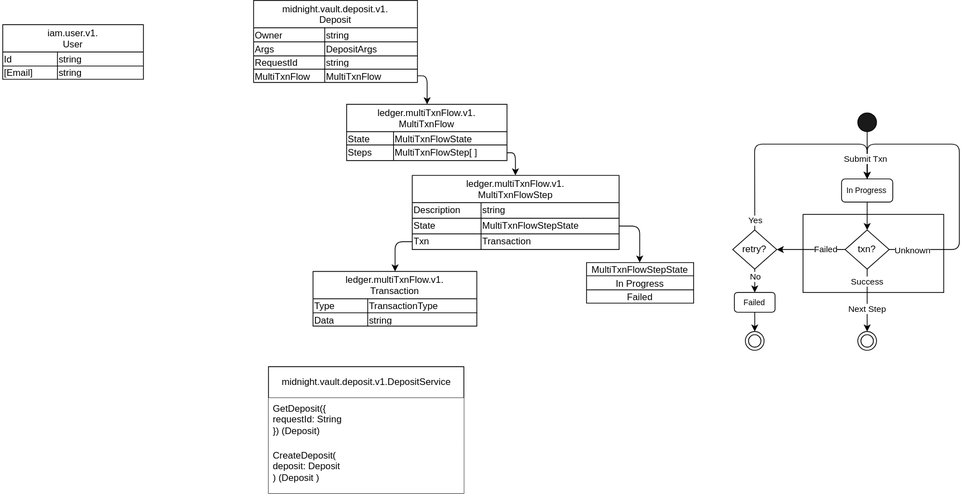
Before: docs/architecture.drawio.svg, a diagram exported from draw.io (sig-net/full-stack-demo). Source tidied: cells renumbered, new cells last; positions are measured from the earlier drawing's top-left corner, leaving out a move shared by most shapes.
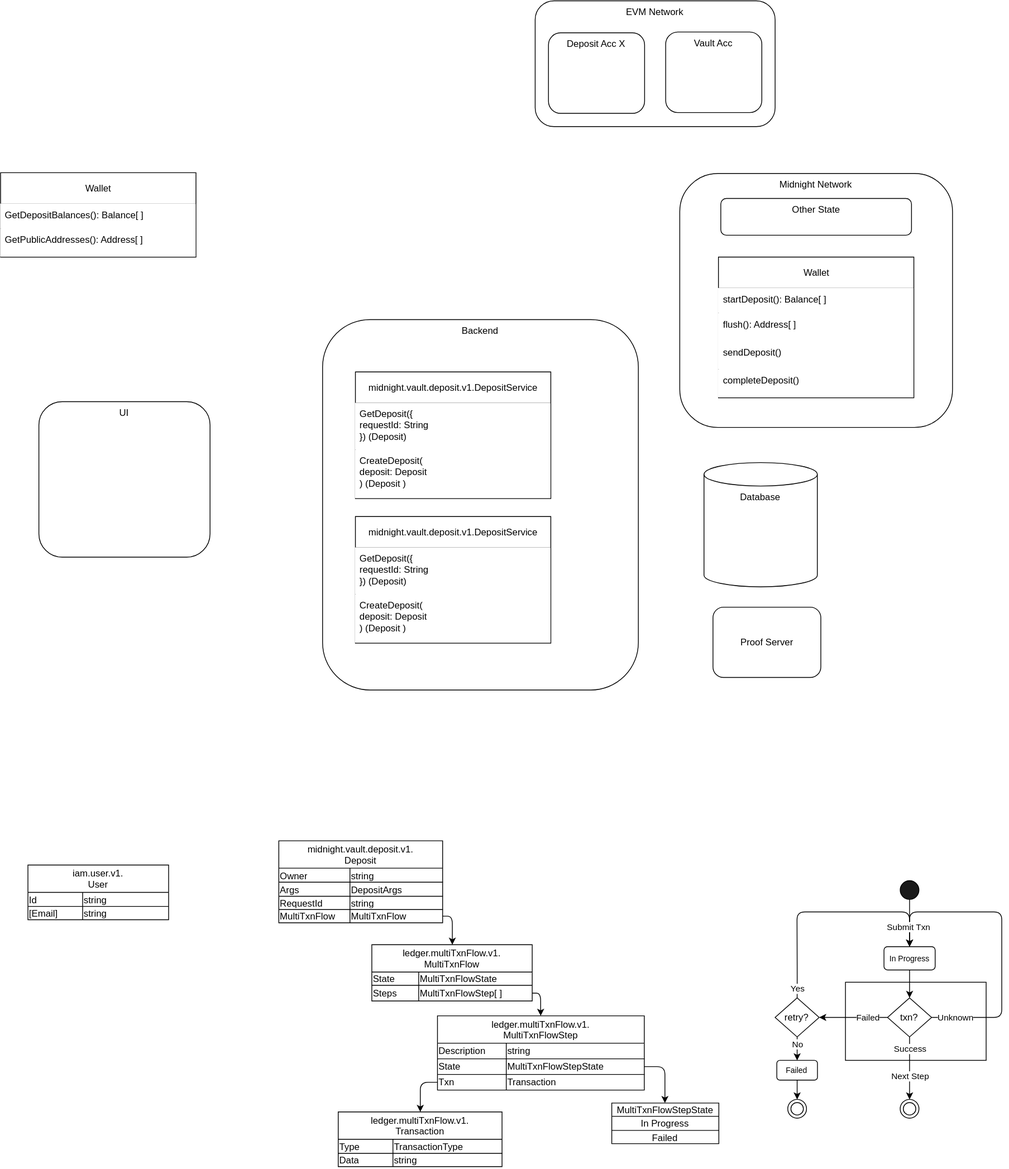
Above is the later version.

The edit, as a diff of the source:
```diff
@@ -2,6 +2,33 @@
   <root>
     <mxCell id="0" />
     <mxCell id="1" parent="0" />
+    <mxCell id="81" value="UI" style="rounded=1;whiteSpace=wrap;html=1;verticalAlign=top;" parent="1" vertex="1">
+      <mxGeometry x="-8" y="-469" width="219" height="199" as="geometry" />
+    </mxCell>
+    <mxCell id="82" value="Backend" style="rounded=1;whiteSpace=wrap;html=1;verticalAlign=top;" parent="1" vertex="1">
+      <mxGeometry x="355" y="-574" width="404" height="474" as="geometry" />
+    </mxCell>
+    <mxCell id="83" value="Proof Server" style="rounded=1;whiteSpace=wrap;html=1;verticalAlign=middle;" parent="1" vertex="1">
+      <mxGeometry x="854.5" y="-206" width="138" height="90" as="geometry" />
+    </mxCell>
+    <mxCell id="84" value="Database" style="shape=cylinder3;whiteSpace=wrap;html=1;boundedLbl=1;backgroundOutline=1;size=15;verticalAlign=top;" parent="1" vertex="1">
+      <mxGeometry x="843" y="-391" width="145" height="159" as="geometry" />
+    </mxCell>
+    <mxCell id="85" value="Midnight Network" style="rounded=1;whiteSpace=wrap;html=1;verticalAlign=top;" parent="1" vertex="1">
+      <mxGeometry x="812" y="-761" width="349" height="325" as="geometry" />
+    </mxCell>
+    <mxCell id="86" value="Other State" style="rounded=1;whiteSpace=wrap;html=1;verticalAlign=top;" parent="1" vertex="1">
+      <mxGeometry x="864.5" y="-729" width="244" height="47" as="geometry" />
+    </mxCell>
+    <mxCell id="87" value="EVM Network" style="rounded=1;whiteSpace=wrap;html=1;verticalAlign=top;" parent="1" vertex="1">
+      <mxGeometry x="627" y="-982" width="307" height="161" as="geometry" />
+    </mxCell>
+    <mxCell id="88" value="Deposit Acc X" style="rounded=1;whiteSpace=wrap;html=1;verticalAlign=top;" parent="1" vertex="1">
+      <mxGeometry x="644" y="-941" width="123" height="103" as="geometry" />
+    </mxCell>
+    <mxCell id="89" value="Vault Acc" style="rounded=1;whiteSpace=wrap;html=1;verticalAlign=top;" parent="1" vertex="1">
+      <mxGeometry x="794" y="-942" width="123" height="103" as="geometry" />
+    </mxCell>
     <mxCell id="2" style="rounded=0;whiteSpace=wrap;html=1;fillColor=none;" parent="1" vertex="1">
       <mxGeometry x="1024" y="274" width="180" height="100" as="geometry" />
     </mxCell>
@@ -37,7 +64,7 @@
       <mxGeometry x="1077.8" y="294" width="56.4" height="50" as="geometry" />
     </mxCell>
     <mxCell id="8" value="midnight.vault.deposit.v1.DepositService" style="swimlane;fontStyle=0;horizontal=1;startSize=40;fillColor=default;html=1;fillStyle=solid;" parent="1" vertex="1">
-      <mxGeometry x="340" y="469" width="250" height="162" as="geometry" />
+      <mxGeometry x="397" y="-507" width="250" height="162" as="geometry" />
     </mxCell>
     <mxCell id="9" value="GetDeposit({&lt;br&gt;&amp;nbsp; &amp;nbsp;requestId: String&lt;br&gt;}) (Deposit)" style="text;strokeColor=none;fillColor=default;align=left;verticalAlign=top;spacingLeft=4;spacingRight=4;overflow=hidden;whiteSpace=wrap;html=1;" parent="8" vertex="1">
       <mxGeometry y="40" width="250" height="60" as="geometry" />
@@ -46,7 +73,7 @@
       <mxGeometry y="100" width="250" height="62" as="geometry" />
     </mxCell>
     <mxCell id="11" value="ledger.multiTxnFlow.v1.&#10;MultiTxnFlow" style="shape=table;startSize=35;strokeWidth=1;" parent="1" vertex="1">
-      <mxGeometry x="440" y="133" width="205.2" height="72" as="geometry" />
+      <mxGeometry x="418" y="226" width="205.2" height="72" as="geometry" />
     </mxCell>
     <mxCell id="12" style="shape=tableRow;horizontal=0;startSize=0;swimlaneHead=0;swimlaneBody=0;strokeColor=inherit;top=0;left=0;bottom=0;right=0;fillColor=none;" parent="11" vertex="1">
       <mxGeometry y="35" width="205.2" height="17" as="geometry" />
@@ -111,7 +138,7 @@
       <mxGeometry x="936.2" y="374" width="52" height="25.3" as="geometry" />
     </mxCell>
     <mxCell id="30" value="iam.user.v1.&#10;User" style="shape=table;startSize=35;strokeWidth=1;" parent="1" vertex="1">
-      <mxGeometry y="31" width="180" height="70" as="geometry" />
+      <mxGeometry x="-22" y="124" width="180" height="70" as="geometry" />
     </mxCell>
     <mxCell id="31" style="shape=tableRow;horizontal=0;startSize=0;swimlaneHead=0;swimlaneBody=0;strokeColor=inherit;top=0;left=0;bottom=0;right=0;fillColor=none;" parent="30" vertex="1">
       <mxGeometry y="35" width="180" height="18" as="geometry" />
@@ -132,7 +159,7 @@
       <mxGeometry x="70" width="110" height="17" as="geometry" />
     </mxCell>
     <mxCell id="37" value="ledger.multiTxnFlow.v1.&#10;MultiTxnFlowStep" style="shape=table;startSize=35;strokeWidth=1;" parent="1" vertex="1">
-      <mxGeometry x="524" y="224" width="264.6" height="95" as="geometry" />
+      <mxGeometry x="502" y="317" width="264.6" height="95" as="geometry" />
     </mxCell>
     <mxCell id="38" style="shape=tableRow;horizontal=0;startSize=0;swimlaneHead=0;swimlaneBody=0;strokeColor=inherit;top=0;left=0;bottom=0;right=0;fillColor=none;" parent="37" vertex="1">
       <mxGeometry y="35" width="264.6" height="20" as="geometry" />
@@ -162,7 +189,7 @@
       <mxGeometry x="88" width="177" height="20" as="geometry" />
     </mxCell>
     <mxCell id="47" value="MultiTxnFlowStepState" style="shape=table;startSize=17;" parent="1" vertex="1">
-      <mxGeometry x="747" y="335.6" width="137" height="52" as="geometry" />
+      <mxGeometry x="725" y="428.6" width="137" height="52" as="geometry" />
     </mxCell>
     <mxCell id="48" style="shape=tableRow;horizontal=0;startSize=0;swimlaneHead=0;swimlaneBody=0;strokeColor=inherit;top=0;left=0;bottom=0;right=0;fillColor=none;" parent="47" vertex="1">
       <mxGeometry y="17" width="137" height="18" as="geometry" />
@@ -194,7 +221,7 @@
       <mxGeometry x="950.2" y="424" width="24" height="24" as="geometry" />
     </mxCell>
     <mxCell id="57" value="ledger.multiTxnFlow.v1.&#10;Transaction" style="shape=table;startSize=35;strokeWidth=1;" parent="1" vertex="1">
-      <mxGeometry x="397" y="347" width="209.6" height="70" as="geometry" />
+      <mxGeometry x="375" y="440" width="209.6" height="70" as="geometry" />
     </mxCell>
     <mxCell id="58" style="shape=tableRow;horizontal=0;startSize=0;swimlaneHead=0;swimlaneBody=0;strokeColor=inherit;top=0;left=0;bottom=0;right=0;fillColor=none;" parent="57" vertex="1">
       <mxGeometry y="35" width="209.6" height="18" as="geometry" />
@@ -217,26 +244,26 @@
     <mxCell id="64" style="edgeStyle=elbowEdgeStyle;html=1;exitX=1;exitY=0.5;exitDx=0;exitDy=0;entryX=0.5;entryY=0;entryDx=0;entryDy=0;" parent="1" edge="1" source="15" target="37">
       <mxGeometry relative="1" as="geometry">
         <Array as="points">
-          <mxPoint x="656" y="206" />
+          <mxPoint x="634" y="299" />
         </Array>
       </mxGeometry>
     </mxCell>
     <mxCell id="65" style="edgeStyle=elbowEdgeStyle;html=1;exitX=0;exitY=0.5;exitDx=0;exitDy=0;entryX=0.5;entryY=0;entryDx=0;entryDy=0;" parent="1" edge="1" source="44" target="57">
       <mxGeometry relative="1" as="geometry">
         <Array as="points">
-          <mxPoint x="502" y="322" />
+          <mxPoint x="480" y="415" />
         </Array>
       </mxGeometry>
     </mxCell>
     <mxCell id="66" style="edgeStyle=elbowEdgeStyle;html=1;entryX=0.5;entryY=0;entryDx=0;entryDy=0;exitX=1;exitY=0.5;exitDx=0;exitDy=0;" parent="1" edge="1" source="41" target="47">
       <mxGeometry relative="1" as="geometry">
         <Array as="points">
-          <mxPoint x="815" y="311" />
+          <mxPoint x="793" y="404" />
         </Array>
       </mxGeometry>
     </mxCell>
     <mxCell id="67" value="midnight.vault.deposit.v1.&#10;Deposit" style="shape=table;startSize=35;strokeWidth=1;" parent="1" vertex="1">
-      <mxGeometry x="321" width="209.6" height="105" as="geometry" />
+      <mxGeometry x="299" y="93" width="209.6" height="105" as="geometry" />
     </mxCell>
     <mxCell id="68" style="shape=tableRow;horizontal=0;startSize=0;swimlaneHead=0;swimlaneBody=0;strokeColor=inherit;top=0;left=0;bottom=0;right=0;fillColor=none;" parent="67" vertex="1">
       <mxGeometry y="35" width="209.6" height="18" as="geometry" />
@@ -277,9 +304,42 @@
     <mxCell id="80" style="edgeStyle=elbowEdgeStyle;html=1;entryX=0.5;entryY=0;entryDx=0;entryDy=0;exitX=1;exitY=0.5;exitDx=0;exitDy=0;" parent="1" edge="1" source="77" target="11">
       <mxGeometry relative="1" as="geometry">
         <Array as="points">
-          <mxPoint x="543" y="114" />
+          <mxPoint x="521" y="207" />
         </Array>
       </mxGeometry>
     </mxCell>
+    <mxCell id="90" value="Wallet" style="swimlane;fontStyle=0;horizontal=1;startSize=40;fillColor=default;html=1;fillStyle=solid;" parent="1" vertex="1">
+      <mxGeometry x="-57" y="-762" width="250" height="108" as="geometry" />
+    </mxCell>
+    <mxCell id="91" value="GetDepositBalances(): Balance[ ]" style="text;strokeColor=none;fillColor=default;align=left;verticalAlign=top;spacingLeft=4;spacingRight=4;overflow=hidden;whiteSpace=wrap;html=1;" parent="90" vertex="1">
+      <mxGeometry y="40" width="250" height="32" as="geometry" />
+    </mxCell>
+    <mxCell id="92" value="GetPublicAddresses(): Address[ ]" style="text;strokeColor=none;fillColor=default;align=left;verticalAlign=top;spacingLeft=4;spacingRight=4;overflow=hidden;whiteSpace=wrap;html=1;" parent="90" vertex="1">
+      <mxGeometry y="72" width="250" height="36" as="geometry" />
+    </mxCell>
+    <mxCell id="93" value="Wallet" style="swimlane;fontStyle=0;horizontal=1;startSize=40;fillColor=default;html=1;fillStyle=solid;" parent="1" vertex="1">
+      <mxGeometry x="861.5" y="-654" width="250" height="180" as="geometry" />
+    </mxCell>
+    <mxCell id="94" value="startDeposit(): Balance[ ]" style="text;strokeColor=none;fillColor=default;align=left;verticalAlign=top;spacingLeft=4;spacingRight=4;overflow=hidden;whiteSpace=wrap;html=1;" parent="93" vertex="1">
+      <mxGeometry y="40" width="250" height="32" as="geometry" />
+    </mxCell>
+    <mxCell id="95" value="flush(): Address[ ]" style="text;strokeColor=none;fillColor=default;align=left;verticalAlign=top;spacingLeft=4;spacingRight=4;overflow=hidden;whiteSpace=wrap;html=1;" parent="93" vertex="1">
+      <mxGeometry y="72" width="250" height="36" as="geometry" />
+    </mxCell>
+    <mxCell id="96" value="sendDeposit()" style="text;strokeColor=none;fillColor=default;align=left;verticalAlign=top;spacingLeft=4;spacingRight=4;overflow=hidden;whiteSpace=wrap;html=1;" parent="93" vertex="1">
+      <mxGeometry y="108" width="250" height="36" as="geometry" />
+    </mxCell>
+    <mxCell id="97" value="completeDeposit()" style="text;strokeColor=none;fillColor=default;align=left;verticalAlign=top;spacingLeft=4;spacingRight=4;overflow=hidden;whiteSpace=wrap;html=1;" parent="93" vertex="1">
+      <mxGeometry y="144" width="250" height="36" as="geometry" />
+    </mxCell>
+    <mxCell id="98" value="midnight.vault.deposit.v1.DepositService" style="swimlane;fontStyle=0;horizontal=1;startSize=40;fillColor=default;html=1;fillStyle=solid;" parent="1" vertex="1">
+      <mxGeometry x="397" y="-322" width="250" height="162" as="geometry" />
+    </mxCell>
+    <mxCell id="99" value="GetDeposit({&lt;br&gt;&amp;nbsp; &amp;nbsp;requestId: String&lt;br&gt;}) (Deposit)" style="text;strokeColor=none;fillColor=default;align=left;verticalAlign=top;spacingLeft=4;spacingRight=4;overflow=hidden;whiteSpace=wrap;html=1;" parent="98" vertex="1">
+      <mxGeometry y="40" width="250" height="60" as="geometry" />
+    </mxCell>
+    <mxCell id="100" value="&lt;span style=&quot;color: rgb(0, 0, 0);&quot;&gt;CreateDeposit(&lt;/span&gt;&lt;br style=&quot;color: rgb(63, 63, 63); scrollbar-color: rgb(226, 226, 226) rgb(251, 251, 251);&quot;&gt;&lt;span style=&quot;color: rgb(0, 0, 0);&quot;&gt;deposit: Deposit&lt;/span&gt;&lt;br style=&quot;color: rgb(63, 63, 63); scrollbar-color: rgb(226, 226, 226) rgb(251, 251, 251);&quot;&gt;&lt;span style=&quot;color: rgb(0, 0, 0);&quot;&gt;) (Deposit&lt;/span&gt;&lt;span style=&quot;color: rgb(0, 0, 0);&quot;&gt;)&lt;/span&gt;" style="text;strokeColor=none;fillColor=default;align=left;verticalAlign=top;spacingLeft=4;spacingRight=4;overflow=hidden;whiteSpace=wrap;html=1;" parent="98" vertex="1">
+      <mxGeometry y="100" width="250" height="62" as="geometry" />
+    </mxCell>
   </root>
 </mxGraphModel>
```
